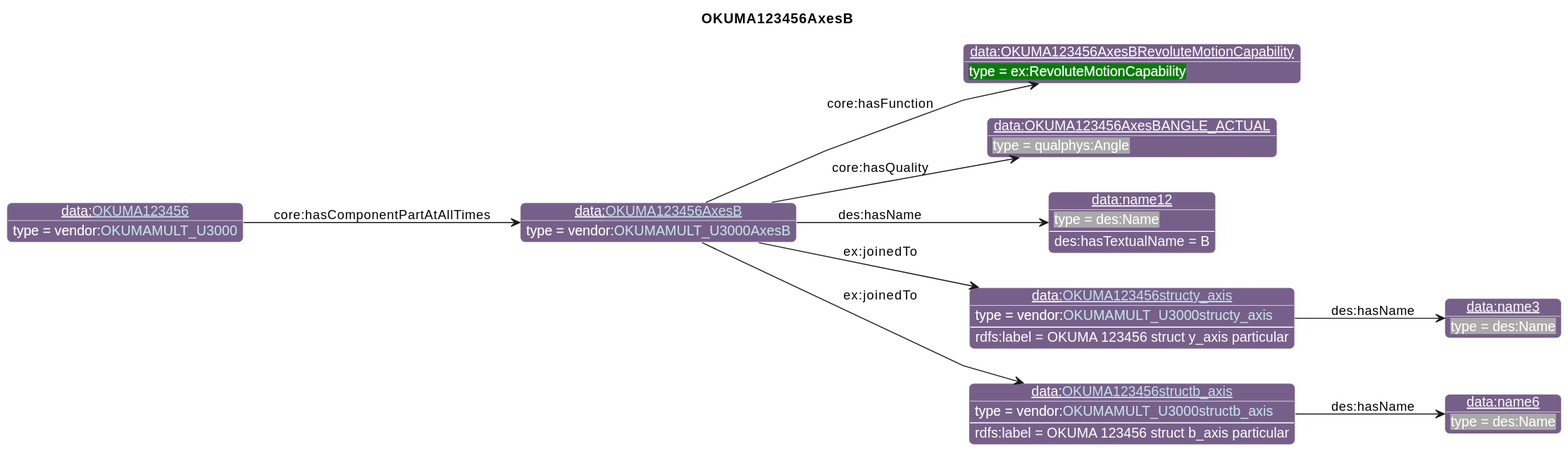
This is diagrams/OKUMA123456AxesB.svg from iofoundry/example-syseng-mtconnect, a PlantUML export, as it was before one commit. The source it was exported from:
```plantuml
@startuml
!include ../iof.iuml

<style>
object {
  HyperlinkColor #C4E1E6
}
</style>

left to right direction
skinparam linetype polyline
title OKUMA123456AxesB

!$default_direction = down

!$namespace_colors = { "bfo":"DFA702",
                      "iof":"1E90FF",
                      "ns":"Green",
                      "ns1":"76608A",
                      "core":"000000",
                      "ex":"Green",
                      "data":"76608A",
                      "vendor":"76608A",
                      "units":"8A2D3B",
                      "cmns-dsg":"3A0519",
                      "qp":"641B2E"
      }
individual(o0, data:[[./OKUMA123456AxesB.html OKUMA123456AxesB]], vendor:[[../OKUMA.html#OKUMAMULT_U3000AxesB OKUMAMULT_U3000AxesB]])
individual(o1, data:OKUMA123456AxesBRevoluteMotionCapability, ex:RevoluteMotionCapability)
individual(o2, data:OKUMA123456AxesBANGLE_ACTUAL, qualphys:Angle)
individual(o3, data:name12, des:Name)
individual(o4, data:[[./OKUMA123456structy_axis.html OKUMA123456structy_axis]], vendor:[[../OKUMA.html#OKUMAMULT_U3000structy_axis OKUMAMULT_U3000structy_axis]])
individual(o5, data:name3, des:Name)
individual(o6, data:[[./OKUMA123456structb_axis.html OKUMA123456structb_axis]], vendor:[[../OKUMA.html#OKUMAMULT_U3000structb_axis OKUMAMULT_U3000structb_axis]])
individual(o7, data:name6, des:Name)
individual(o8, data:[[./OKUMA123456.html OKUMA123456]], vendor:[[../OKUMA.html#OKUMAMULT_U3000 OKUMAMULT_U3000]])
property(o0, "core:hasFunction", o1)
property(o0, "core:hasQuality", o2)
property(o0, "des:hasName", o3)
data(o3, "des:hasTextualName", "B")
property(o0, "ex:joinedTo", o4)
data(o4, "rdfs:label", "OKUMA 123456 struct y_axis particular")
property(o4, "des:hasName", o5)
property(o0, "ex:joinedTo", o6)
data(o6, "rdfs:label", "OKUMA 123456 struct b_axis particular")
property(o6, "des:hasName", o7)
property(o8, "core:hasComponentPartAtAllTimes", o0)
@enduml
```
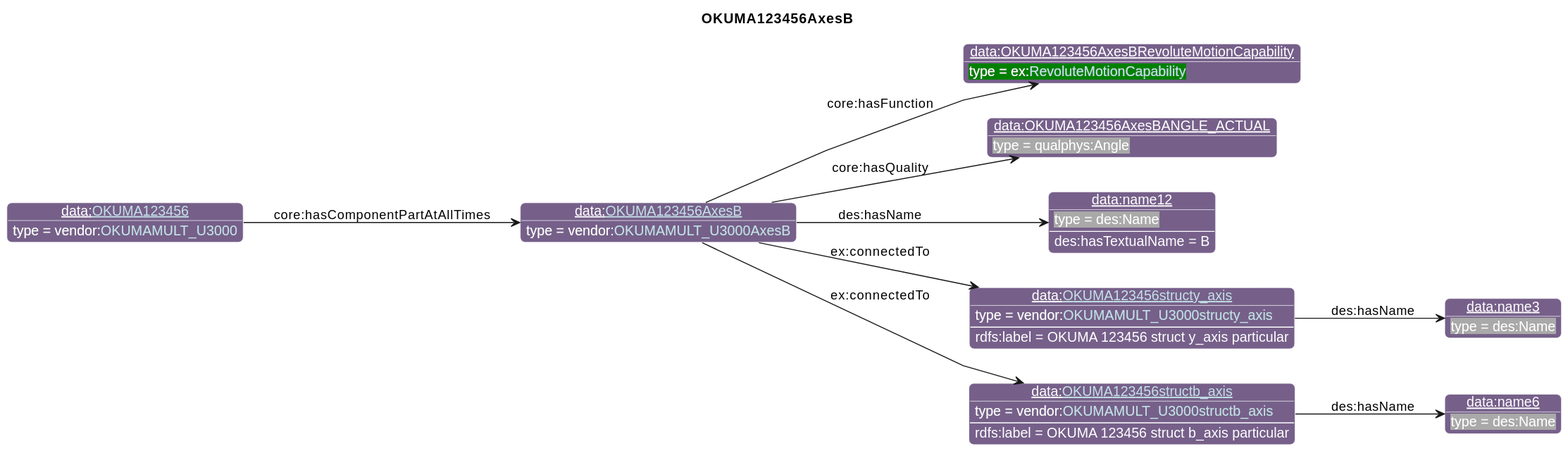
The same diagram one commit later.

What changed in the source:
```diff
@@ -26,7 +26,7 @@
                       "qp":"641B2E"
       }
 individual(o0, data:[[./OKUMA123456AxesB.html OKUMA123456AxesB]], vendor:[[../OKUMA.html#OKUMAMULT_U3000AxesB OKUMAMULT_U3000AxesB]])
-individual(o1, data:OKUMA123456AxesBRevoluteMotionCapability, ex:RevoluteMotionCapability)
+individual(o1, data:OKUMA123456AxesBRevoluteMotionCapability, ex:[[../Example.html#RevoluteMotionCapability RevoluteMotionCapability]])
 individual(o2, data:OKUMA123456AxesBANGLE_ACTUAL, qualphys:Angle)
 individual(o3, data:name12, des:Name)
 individual(o4, data:[[./OKUMA123456structy_axis.html OKUMA123456structy_axis]], vendor:[[../OKUMA.html#OKUMAMULT_U3000structy_axis OKUMAMULT_U3000structy_axis]])
@@ -38,10 +38,10 @@
 property(o0, "core:hasQuality", o2)
 property(o0, "des:hasName", o3)
 data(o3, "des:hasTextualName", "B")
-property(o0, "ex:joinedTo", o4)
+property(o0, "ex:connectedTo", o4)
 data(o4, "rdfs:label", "OKUMA 123456 struct y_axis particular")
 property(o4, "des:hasName", o5)
-property(o0, "ex:joinedTo", o6)
+property(o0, "ex:connectedTo", o6)
 data(o6, "rdfs:label", "OKUMA 123456 struct b_axis particular")
 property(o6, "des:hasName", o7)
 property(o8, "core:hasComponentPartAtAllTimes", o0)
```
